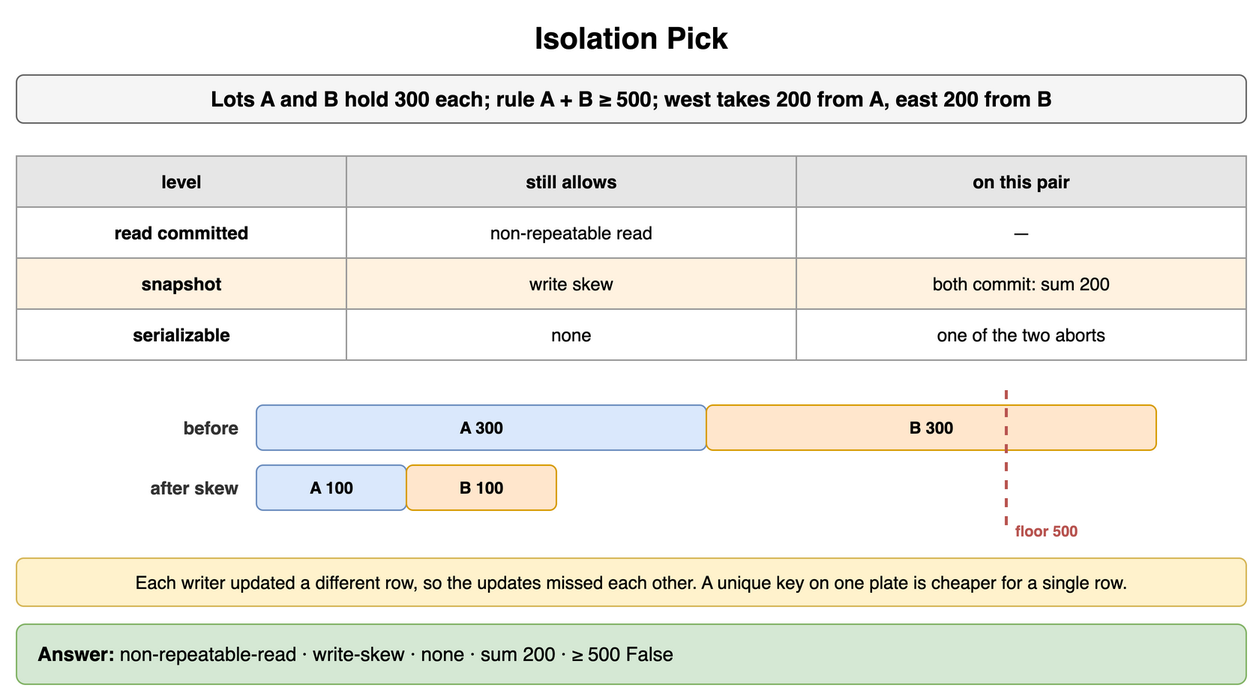
Above: content/09_System_Design_Interview/16_Transactions_and_Concurrency_Control/diagrams/transactions-drills-2-isolation-pick.png in amendez13/swe-study-guide (draw.io), before the change. Source tidied: cells renumbered, new cells last; positions are measured from the earlier drawing's top-left corner, leaving out a move shared by most shapes. Its diagram source:
```xml
<mxGraphModel>
  <root>
    <mxCell id="0" />
    <mxCell id="1" parent="0" />
    <mxCell id="2" value="Isolation Pick" style="text;html=1;align=center;verticalAlign=middle;whiteSpace=wrap;fontSize=20;fontStyle=1;" parent="1" vertex="1">
      <mxGeometry width="820" height="30" as="geometry" />
    </mxCell>
    <mxCell id="3" value="Lots A and B hold 300 each; rule A + B ≥ 500; west takes 200 from A, east 200 from B" style="rounded=1;whiteSpace=wrap;html=1;fillColor=#f5f5f5;strokeColor=#666666;fontStyle=1;fontSize=14;" parent="1" vertex="1">
      <mxGeometry y="40" width="820" height="32" as="geometry" />
    </mxCell>
    <mxCell id="4" value="level" style="whiteSpace=wrap;html=1;fillColor=#e6e6e6;strokeColor=#999999;fontStyle=1;fontSize=12;" parent="1" vertex="1">
      <mxGeometry y="94" width="220" height="34" as="geometry" />
    </mxCell>
    <mxCell id="5" value="still allows" style="whiteSpace=wrap;html=1;fillColor=#e6e6e6;strokeColor=#999999;fontStyle=1;fontSize=12;" parent="1" vertex="1">
      <mxGeometry x="220" y="94" width="300" height="34" as="geometry" />
    </mxCell>
    <mxCell id="6" value="on this pair" style="whiteSpace=wrap;html=1;fillColor=#e6e6e6;strokeColor=#999999;fontStyle=1;fontSize=12;" parent="1" vertex="1">
      <mxGeometry x="520" y="94" width="300" height="34" as="geometry" />
    </mxCell>
    <mxCell id="7" value="read committed" style="whiteSpace=wrap;html=1;strokeColor=#999999;fontSize=12;fillColor=#ffffff;fontStyle=1;" parent="1" vertex="1">
      <mxGeometry y="128" width="220" height="34" as="geometry" />
    </mxCell>
    <mxCell id="8" value="non-repeatable read" style="whiteSpace=wrap;html=1;strokeColor=#999999;fontSize=12;fillColor=#ffffff;" parent="1" vertex="1">
      <mxGeometry x="220" y="128" width="300" height="34" as="geometry" />
    </mxCell>
    <mxCell id="9" value="—" style="whiteSpace=wrap;html=1;strokeColor=#999999;fontSize=12;fillColor=#ffffff;" parent="1" vertex="1">
      <mxGeometry x="520" y="128" width="300" height="34" as="geometry" />
    </mxCell>
    <mxCell id="10" value="snapshot" style="whiteSpace=wrap;html=1;strokeColor=#999999;fontSize=12;fillColor=#fff2e0;fontStyle=1;" parent="1" vertex="1">
      <mxGeometry y="162" width="220" height="34" as="geometry" />
    </mxCell>
    <mxCell id="11" value="write skew" style="whiteSpace=wrap;html=1;strokeColor=#999999;fontSize=12;fillColor=#fff2e0;" parent="1" vertex="1">
      <mxGeometry x="220" y="162" width="300" height="34" as="geometry" />
    </mxCell>
    <mxCell id="12" value="both commit: sum 200" style="whiteSpace=wrap;html=1;strokeColor=#999999;fontSize=12;fillColor=#fff2e0;" parent="1" vertex="1">
      <mxGeometry x="520" y="162" width="300" height="34" as="geometry" />
    </mxCell>
    <mxCell id="13" value="serializable" style="whiteSpace=wrap;html=1;strokeColor=#999999;fontSize=12;fillColor=#ffffff;fontStyle=1;" parent="1" vertex="1">
      <mxGeometry y="196" width="220" height="34" as="geometry" />
    </mxCell>
    <mxCell id="14" value="none" style="whiteSpace=wrap;html=1;strokeColor=#999999;fontSize=12;fillColor=#ffffff;" parent="1" vertex="1">
      <mxGeometry x="220" y="196" width="300" height="34" as="geometry" />
    </mxCell>
    <mxCell id="15" value="one of the two aborts" style="whiteSpace=wrap;html=1;strokeColor=#999999;fontSize=12;fillColor=#ffffff;" parent="1" vertex="1">
      <mxGeometry x="520" y="196" width="300" height="34" as="geometry" />
    </mxCell>
    <mxCell id="16" value="before" style="text;html=1;whiteSpace=wrap;fontSize=11;align=right;verticalAlign=middle;fontSize=12;fontColor=#333333;fontStyle=1;" parent="1" vertex="1">
      <mxGeometry y="260" width="150" height="30" as="geometry" />
    </mxCell>
    <mxCell id="17" value="A 300" style="rounded=1;whiteSpace=wrap;html=1;fillColor=#dae8fc;strokeColor=#6c8ebf;fontSize=11;align=center;fontStyle=1;" parent="1" vertex="1">
      <mxGeometry x="160" y="260" width="300" height="30" as="geometry" />
    </mxCell>
    <mxCell id="18" value="B 300" style="rounded=1;whiteSpace=wrap;html=1;fillColor=#ffe6cc;strokeColor=#d79b00;fontSize=11;align=center;fontStyle=1;" parent="1" vertex="1">
      <mxGeometry x="460" y="260" width="300" height="30" as="geometry" />
    </mxCell>
    <mxCell id="19" value="after skew" style="text;html=1;whiteSpace=wrap;fontSize=11;align=right;verticalAlign=middle;fontSize=12;fontColor=#333333;fontStyle=1;" parent="1" vertex="1">
      <mxGeometry y="300" width="150" height="30" as="geometry" />
    </mxCell>
    <mxCell id="20" value="A 100" style="rounded=1;whiteSpace=wrap;html=1;fillColor=#dae8fc;strokeColor=#6c8ebf;fontSize=11;align=center;fontStyle=1;" parent="1" vertex="1">
      <mxGeometry x="160" y="300" width="100" height="30" as="geometry" />
    </mxCell>
    <mxCell id="21" value="B 100" style="rounded=1;whiteSpace=wrap;html=1;fillColor=#ffe6cc;strokeColor=#d79b00;fontSize=11;align=center;fontStyle=1;" parent="1" vertex="1">
      <mxGeometry x="260" y="300" width="100" height="30" as="geometry" />
    </mxCell>
    <mxCell id="22" style="endArrow=none;html=1;strokeColor=#b85450;strokeWidth=2;dashed=1;" parent="1" edge="1">
      <mxGeometry relative="1" as="geometry">
        <mxPoint x="660" y="250" as="sourcePoint" />
        <mxPoint x="660" y="340" as="targetPoint" />
      </mxGeometry>
    </mxCell>
    <mxCell id="23" value="floor 500" style="text;html=1;whiteSpace=wrap;fontSize=11;align=left;verticalAlign=middle;fontSize=10;fontColor=#b85450;fontStyle=1;" parent="1" vertex="1">
      <mxGeometry x="664" y="336" width="100" height="16" as="geometry" />
    </mxCell>
    <mxCell id="24" value="Each writer updated a different row, so the updates missed each other. A unique key on one plate is cheaper for a single row." style="rounded=1;whiteSpace=wrap;html=1;fillColor=#fff2cc;strokeColor=#d6b656;fontSize=12;align=center;" parent="1" vertex="1">
      <mxGeometry y="362" width="820" height="32" as="geometry" />
    </mxCell>
    <mxCell id="25" value="&lt;b&gt;Answer:&lt;/b&gt; non-repeatable-read · write-skew · none · sum 200 · ≥ 500 False" style="rounded=1;whiteSpace=wrap;html=1;fillColor=#d5e8d4;strokeColor=#82b366;fontSize=13;align=left;spacingLeft=12;" parent="1" vertex="1">
      <mxGeometry y="406" width="820" height="40" as="geometry" />
    </mxCell>
  </root>
</mxGraphModel>
```
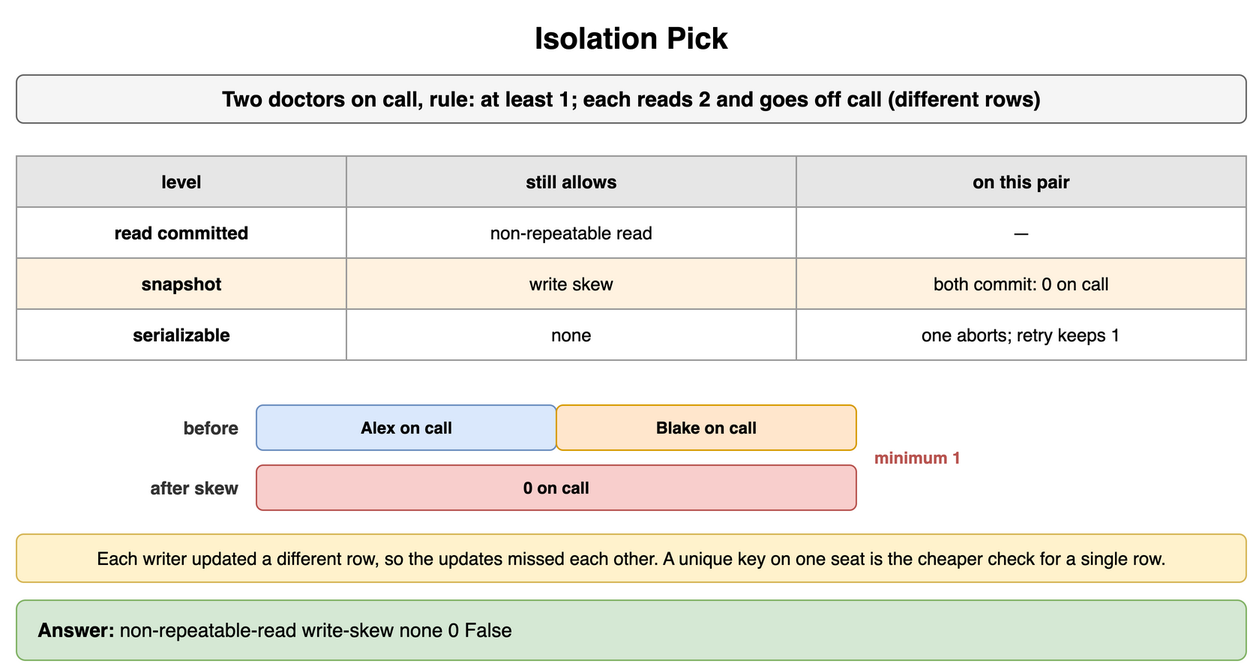
Above is the later version.

What changed in the source:
```diff
@@ -5,7 +5,7 @@
     <mxCell id="2" value="Isolation Pick" style="text;html=1;align=center;verticalAlign=middle;whiteSpace=wrap;fontSize=20;fontStyle=1;" parent="1" vertex="1">
       <mxGeometry width="820" height="30" as="geometry" />
     </mxCell>
-    <mxCell id="3" value="Lots A and B hold 300 each; rule A + B ≥ 500; west takes 200 from A, east 200 from B" style="rounded=1;whiteSpace=wrap;html=1;fillColor=#f5f5f5;strokeColor=#666666;fontStyle=1;fontSize=14;" parent="1" vertex="1">
+    <mxCell id="3" value="Two doctors on call, rule: at least 1; each reads 2 and goes off call (different rows)" style="rounded=1;whiteSpace=wrap;html=1;fillColor=#f5f5f5;strokeColor=#666666;fontStyle=1;fontSize=14;" parent="1" vertex="1">
       <mxGeometry y="40" width="820" height="32" as="geometry" />
     </mxCell>
     <mxCell id="4" value="level" style="whiteSpace=wrap;html=1;fillColor=#e6e6e6;strokeColor=#999999;fontStyle=1;fontSize=12;" parent="1" vertex="1">
@@ -32,7 +32,7 @@
     <mxCell id="11" value="write skew" style="whiteSpace=wrap;html=1;strokeColor=#999999;fontSize=12;fillColor=#fff2e0;" parent="1" vertex="1">
       <mxGeometry x="220" y="162" width="300" height="34" as="geometry" />
     </mxCell>
-    <mxCell id="12" value="both commit: sum 200" style="whiteSpace=wrap;html=1;strokeColor=#999999;fontSize=12;fillColor=#fff2e0;" parent="1" vertex="1">
+    <mxCell id="12" value="both commit: 0 on call" style="whiteSpace=wrap;html=1;strokeColor=#999999;fontSize=12;fillColor=#fff2e0;" parent="1" vertex="1">
       <mxGeometry x="520" y="162" width="300" height="34" as="geometry" />
     </mxCell>
     <mxCell id="13" value="serializable" style="whiteSpace=wrap;html=1;strokeColor=#999999;fontSize=12;fillColor=#ffffff;fontStyle=1;" parent="1" vertex="1">
@@ -41,41 +41,32 @@
     <mxCell id="14" value="none" style="whiteSpace=wrap;html=1;strokeColor=#999999;fontSize=12;fillColor=#ffffff;" parent="1" vertex="1">
       <mxGeometry x="220" y="196" width="300" height="34" as="geometry" />
     </mxCell>
-    <mxCell id="15" value="one of the two aborts" style="whiteSpace=wrap;html=1;strokeColor=#999999;fontSize=12;fillColor=#ffffff;" parent="1" vertex="1">
+    <mxCell id="15" value="one aborts; retry keeps 1" style="whiteSpace=wrap;html=1;strokeColor=#999999;fontSize=12;fillColor=#ffffff;" parent="1" vertex="1">
       <mxGeometry x="520" y="196" width="300" height="34" as="geometry" />
     </mxCell>
     <mxCell id="16" value="before" style="text;html=1;whiteSpace=wrap;fontSize=11;align=right;verticalAlign=middle;fontSize=12;fontColor=#333333;fontStyle=1;" parent="1" vertex="1">
       <mxGeometry y="260" width="150" height="30" as="geometry" />
     </mxCell>
-    <mxCell id="17" value="A 300" style="rounded=1;whiteSpace=wrap;html=1;fillColor=#dae8fc;strokeColor=#6c8ebf;fontSize=11;align=center;fontStyle=1;" parent="1" vertex="1">
-      <mxGeometry x="160" y="260" width="300" height="30" as="geometry" />
+    <mxCell id="17" value="Alex on call" style="rounded=1;whiteSpace=wrap;html=1;fillColor=#dae8fc;strokeColor=#6c8ebf;fontSize=11;align=center;fontStyle=1;" parent="1" vertex="1">
+      <mxGeometry x="160" y="260" width="200" height="30" as="geometry" />
     </mxCell>
-    <mxCell id="18" value="B 300" style="rounded=1;whiteSpace=wrap;html=1;fillColor=#ffe6cc;strokeColor=#d79b00;fontSize=11;align=center;fontStyle=1;" parent="1" vertex="1">
-      <mxGeometry x="460" y="260" width="300" height="30" as="geometry" />
+    <mxCell id="18" value="Blake on call" style="rounded=1;whiteSpace=wrap;html=1;fillColor=#ffe6cc;strokeColor=#d79b00;fontSize=11;align=center;fontStyle=1;" parent="1" vertex="1">
+      <mxGeometry x="360" y="260" width="200" height="30" as="geometry" />
     </mxCell>
     <mxCell id="19" value="after skew" style="text;html=1;whiteSpace=wrap;fontSize=11;align=right;verticalAlign=middle;fontSize=12;fontColor=#333333;fontStyle=1;" parent="1" vertex="1">
       <mxGeometry y="300" width="150" height="30" as="geometry" />
     </mxCell>
-    <mxCell id="20" value="A 100" style="rounded=1;whiteSpace=wrap;html=1;fillColor=#dae8fc;strokeColor=#6c8ebf;fontSize=11;align=center;fontStyle=1;" parent="1" vertex="1">
-      <mxGeometry x="160" y="300" width="100" height="30" as="geometry" />
+    <mxCell id="20" value="0 on call" style="rounded=1;whiteSpace=wrap;html=1;fillColor=#f8cecc;strokeColor=#b85450;fontSize=11;align=center;fontStyle=1;" parent="1" vertex="1">
+      <mxGeometry x="160" y="300" width="400" height="30" as="geometry" />
     </mxCell>
-    <mxCell id="21" value="B 100" style="rounded=1;whiteSpace=wrap;html=1;fillColor=#ffe6cc;strokeColor=#d79b00;fontSize=11;align=center;fontStyle=1;" parent="1" vertex="1">
-      <mxGeometry x="260" y="300" width="100" height="30" as="geometry" />
+    <mxCell id="21" value="minimum 1" style="text;html=1;whiteSpace=wrap;fontSize=11;align=left;verticalAlign=middle;fontSize=11;fontColor=#b85450;fontStyle=1;" parent="1" vertex="1">
+      <mxGeometry x="570" y="280" width="120" height="30" as="geometry" />
     </mxCell>
-    <mxCell id="22" style="endArrow=none;html=1;strokeColor=#b85450;strokeWidth=2;dashed=1;" parent="1" edge="1">
-      <mxGeometry relative="1" as="geometry">
-        <mxPoint x="660" y="250" as="sourcePoint" />
-        <mxPoint x="660" y="340" as="targetPoint" />
-      </mxGeometry>
+    <mxCell id="22" value="Each writer updated a different row, so the updates missed each other. A unique key on one seat is the cheaper check for a single row." style="rounded=1;whiteSpace=wrap;html=1;fillColor=#fff2cc;strokeColor=#d6b656;fontSize=12;align=center;" parent="1" vertex="1">
+      <mxGeometry y="346" width="820" height="32" as="geometry" />
     </mxCell>
-    <mxCell id="23" value="floor 500" style="text;html=1;whiteSpace=wrap;fontSize=11;align=left;verticalAlign=middle;fontSize=10;fontColor=#b85450;fontStyle=1;" parent="1" vertex="1">
-      <mxGeometry x="664" y="336" width="100" height="16" as="geometry" />
+    <mxCell id="23" value="&lt;b&gt;Answer:&lt;/b&gt; non-repeatable-read write-skew none 0 False" style="rounded=1;whiteSpace=wrap;html=1;fillColor=#d5e8d4;strokeColor=#82b366;fontSize=13;align=left;spacingLeft=12;" parent="1" vertex="1">
+      <mxGeometry y="390" width="820" height="40" as="geometry" />
     </mxCell>
-    <mxCell id="24" value="Each writer updated a different row, so the updates missed each other. A unique key on one plate is cheaper for a single row." style="rounded=1;whiteSpace=wrap;html=1;fillColor=#fff2cc;strokeColor=#d6b656;fontSize=12;align=center;" parent="1" vertex="1">
-      <mxGeometry y="362" width="820" height="32" as="geometry" />
-    </mxCell>
-    <mxCell id="25" value="&lt;b&gt;Answer:&lt;/b&gt; non-repeatable-read · write-skew · none · sum 200 · ≥ 500 False" style="rounded=1;whiteSpace=wrap;html=1;fillColor=#d5e8d4;strokeColor=#82b366;fontSize=13;align=left;spacingLeft=12;" parent="1" vertex="1">
-      <mxGeometry y="406" width="820" height="40" as="geometry" />
-    </mxCell>
   </root>
 </mxGraphModel>
```
